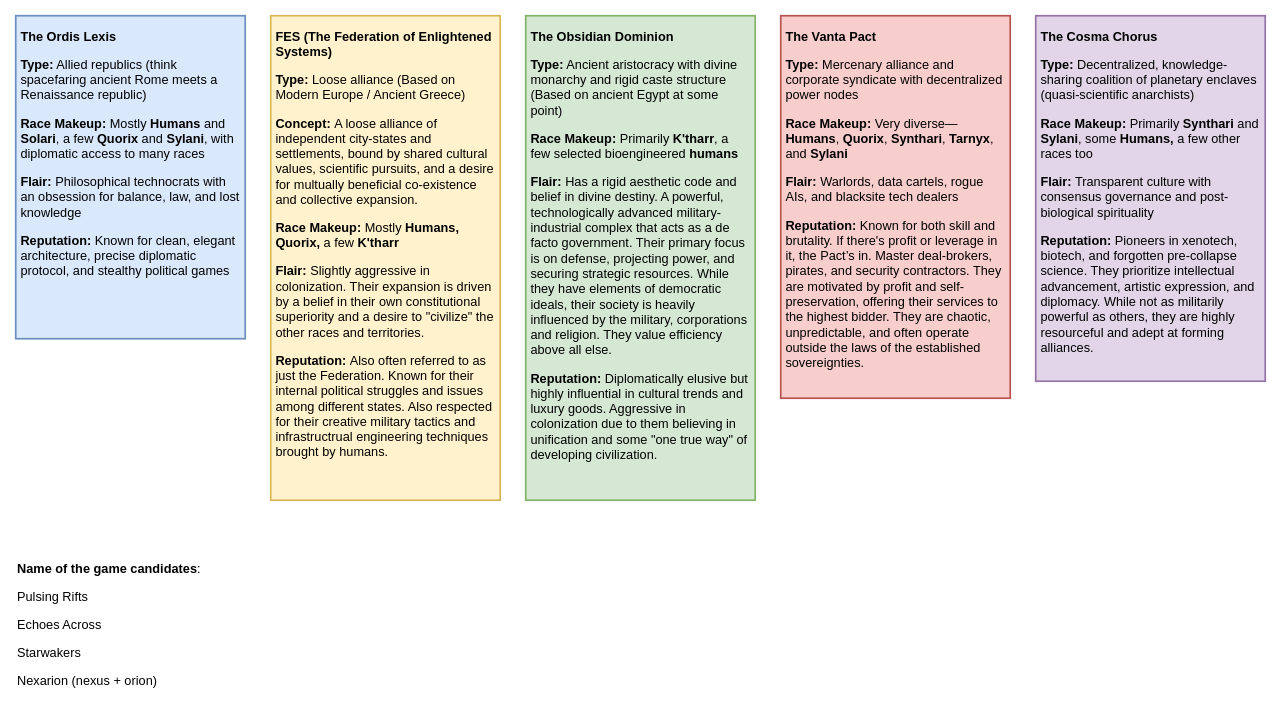
Before: page "Factions" (1 of 4) of designs/narrative texts.drawio in eerieA/game-nexarion, a draw.io diagram. Source tidied: cells renumbered, new cells numbered last; positions are measured from the earlier drawing's top-left corner, leaving out a move shared by most shapes. Both pictures are drawn from the tidied source at 85%, with x=0, y=0 at pixel (15, 15).
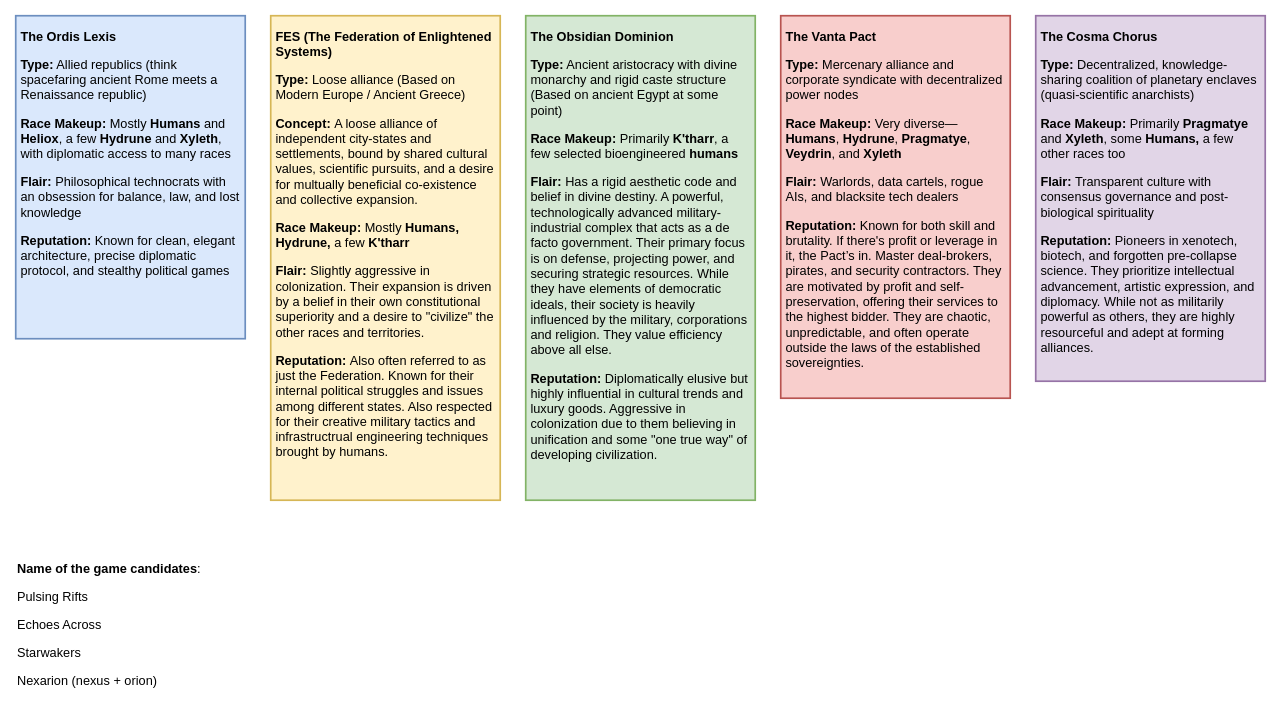
Above is the later version.

Change to the diagram source:
```diff
@@
 <mxGraphModel>
   <root>
     <mxCell id="0" />
     <mxCell id="1" parent="0" />
-    <mxCell id="2" value="&lt;p&gt;&lt;strong&gt;The Ordis Lexis&lt;/strong&gt;&lt;/p&gt;&lt;p&gt;&lt;strong&gt;Type:&lt;/strong&gt; Allied republics (think spacefaring ancient Rome meets a Renaissance republic)&lt;/p&gt;&lt;p&gt;&lt;strong&gt;Race Makeup:&lt;/strong&gt; Mostly &lt;strong&gt;Humans&lt;/strong&gt; and &lt;strong&gt;Solari&lt;/strong&gt;, a few &lt;strong&gt;Quorix&lt;/strong&gt; and &lt;strong&gt;Sylani&lt;/strong&gt;, with diplomatic access to many races&lt;/p&gt;&lt;p&gt;&lt;strong&gt;Flair:&lt;/strong&gt; Philosophical technocrats with an obsession for balance, law, and lost knowledge&lt;/p&gt;&lt;p&gt;&lt;strong&gt;Reputation:&lt;/strong&gt; Known for clean, elegant architecture, precise diplomatic protocol, and stealthy political games&lt;/p&gt;" style="rounded=0;whiteSpace=wrap;html=1;fillColor=#dae8fc;strokeColor=#6c8ebf;align=left;fontSize=15;verticalAlign=top;labelBackgroundColor=none;spacing=6;spacingTop=-10;strokeWidth=2;" parent="1" vertex="1">
+    <mxCell id="2" value="&lt;p&gt;&lt;strong&gt;The Ordis Lexis&lt;/strong&gt;&lt;/p&gt;&lt;p&gt;&lt;strong&gt;Type:&lt;/strong&gt; Allied republics (think spacefaring ancient Rome meets a Renaissance republic)&lt;/p&gt;&lt;p&gt;&lt;strong&gt;Race Makeup:&lt;/strong&gt; Mostly &lt;strong&gt;Humans&lt;/strong&gt; and &lt;strong&gt;Heliox&lt;/strong&gt;, a few &lt;strong&gt;Hydrune&lt;/strong&gt; and &lt;strong&gt;Xyleth&lt;/strong&gt;, with diplomatic access to many races&lt;/p&gt;&lt;p&gt;&lt;strong&gt;Flair:&lt;/strong&gt; Philosophical technocrats with an obsession for balance, law, and lost knowledge&lt;/p&gt;&lt;p&gt;&lt;strong&gt;Reputation:&lt;/strong&gt; Known for clean, elegant architecture, precise diplomatic protocol, and stealthy political games&lt;/p&gt;" style="rounded=0;whiteSpace=wrap;html=1;fillColor=#dae8fc;strokeColor=#6c8ebf;align=left;fontSize=15;verticalAlign=top;labelBackgroundColor=none;spacing=6;spacingTop=-10;strokeWidth=2;" parent="1" vertex="1">
       <mxGeometry width="270" height="380" as="geometry" />
     </mxCell>
-    <mxCell id="3" value="&lt;p&gt;&lt;strong&gt;FES (&lt;/strong&gt;&lt;span style=&quot;background-color: transparent;&quot;&gt;&lt;b&gt;The Federation of Enlightened Systems&lt;/b&gt;&lt;/span&gt;&lt;strong style=&quot;background-color: transparent; color: light-dark(rgb(0, 0, 0), rgb(255, 255, 255));&quot;&gt;)&lt;/strong&gt;&lt;/p&gt;&lt;p&gt;&lt;strong&gt;Type:&lt;/strong&gt;&amp;nbsp;Loose alliance (Based on Modern Europe / Ancient Greece)&lt;/p&gt;&lt;p&gt;&lt;strong&gt;Concept:&lt;/strong&gt;&amp;nbsp;A loose alliance of independent city-states and settlements, bound by shared cultural values, scientific pursuits, and a desire for multually beneficial co-existence and collective expansion.&lt;/p&gt;&lt;p&gt;&lt;strong&gt;Race Makeup:&lt;/strong&gt; Mostly &lt;strong&gt;Humans, Quorix, &lt;/strong&gt;a few &lt;strong&gt;K'tharr&lt;/strong&gt;&lt;/p&gt;&lt;p&gt;&lt;strong&gt;Flair:&lt;/strong&gt; Slightly aggressive in colonization. Their expansion is driven by a belief in their own constitutional superiority and a desire to &quot;civilize&quot; the other races and territories.&lt;/p&gt;&lt;p&gt;&lt;strong&gt;Reputation:&lt;/strong&gt;&amp;nbsp;Also often referred to as just the Federation. Known for their internal political struggles and issues among different states. Also respected for their creative military tactics and infrastructrual engineering techniques brought by humans.&lt;/p&gt;" style="rounded=0;whiteSpace=wrap;html=1;fillColor=#fff2cc;strokeColor=#d6b656;align=left;fontSize=15;verticalAlign=top;labelBackgroundColor=none;spacing=6;spacingTop=-10;strokeWidth=2;" parent="1" vertex="1">
+    <mxCell id="3" value="&lt;p&gt;&lt;strong&gt;FES (&lt;/strong&gt;&lt;span style=&quot;background-color: transparent;&quot;&gt;&lt;b&gt;The Federation of Enlightened Systems&lt;/b&gt;&lt;/span&gt;&lt;strong style=&quot;background-color: transparent; color: light-dark(rgb(0, 0, 0), rgb(255, 255, 255));&quot;&gt;)&lt;/strong&gt;&lt;/p&gt;&lt;p&gt;&lt;strong&gt;Type:&lt;/strong&gt;&amp;nbsp;Loose alliance (Based on Modern Europe / Ancient Greece)&lt;/p&gt;&lt;p&gt;&lt;strong&gt;Concept:&lt;/strong&gt;&amp;nbsp;A loose alliance of independent city-states and settlements, bound by shared cultural values, scientific pursuits, and a desire for multually beneficial co-existence and collective expansion.&lt;/p&gt;&lt;p&gt;&lt;strong&gt;Race Makeup:&lt;/strong&gt; Mostly &lt;strong&gt;Humans, Hydrune, &lt;/strong&gt;a few &lt;strong&gt;K'tharr&lt;/strong&gt;&lt;/p&gt;&lt;p&gt;&lt;strong&gt;Flair:&lt;/strong&gt; Slightly aggressive in colonization. Their expansion is driven by a belief in their own constitutional superiority and a desire to &quot;civilize&quot; the other races and territories.&lt;/p&gt;&lt;p&gt;&lt;strong&gt;Reputation:&lt;/strong&gt;&amp;nbsp;Also often referred to as just the Federation. Known for their internal political struggles and issues among different states. Also respected for their creative military tactics and infrastructrual engineering techniques brought by humans.&lt;/p&gt;" style="rounded=0;whiteSpace=wrap;html=1;fillColor=#fff2cc;strokeColor=#d6b656;align=left;fontSize=15;verticalAlign=top;labelBackgroundColor=none;spacing=6;spacingTop=-10;strokeWidth=2;" parent="1" vertex="1">
       <mxGeometry x="300" width="270" height="570" as="geometry" />
     </mxCell>
     <mxCell id="4" value="&lt;p&gt;&lt;strong&gt;The Obsidian Dominion&lt;/strong&gt;&lt;/p&gt;&lt;p&gt;&lt;strong&gt;Type:&lt;/strong&gt; Ancient aristocracy with divine monarchy and rigid caste structure (Based on ancient Egypt at some point)&lt;/p&gt;&lt;p&gt;&lt;strong&gt;Race Makeup:&lt;/strong&gt; Primarily &lt;strong&gt;K'tharr&lt;/strong&gt;, a few selected bioengineered &lt;strong&gt;humans&lt;/strong&gt;&lt;/p&gt;&lt;p&gt;&lt;strong&gt;Flair:&lt;/strong&gt; Has a rigid aesthetic code and belief in divine destiny. A powerful, technologically advanced military-industrial complex that acts as a de facto government. Their primary focus is on defense, projecting power, and securing strategic resources. While they have elements of democratic ideals, their society is heavily influenced by the military, corporations and religion. They value efficiency above all else.&lt;/p&gt;&lt;p&gt;&lt;strong&gt;Reputation:&lt;/strong&gt; Diplomatically elusive but highly influential in cultural trends and luxury goods. Aggressive in colonization due to them believing in unification and some &quot;one true way&quot; of developing civilization.&lt;/p&gt;" style="rounded=0;whiteSpace=wrap;html=1;fillColor=#d5e8d4;strokeColor=#82b366;align=left;fontSize=15;verticalAlign=top;labelBackgroundColor=none;spacing=6;spacingTop=-10;strokeWidth=2;" parent="1" vertex="1">
       <mxGeometry x="600" width="270" height="570" as="geometry" />
     </mxCell>
-    <mxCell id="5" value="&lt;p&gt;&lt;strong&gt;The Vanta Pact&lt;/strong&gt;&lt;/p&gt;&lt;p&gt;&lt;strong&gt;Type:&lt;/strong&gt; Mercenary alliance and corporate syndicate with decentralized power nodes&lt;/p&gt;&lt;p&gt;&lt;strong&gt;Race Makeup:&lt;/strong&gt; Very diverse—&lt;strong&gt;Humans&lt;/strong&gt;, &lt;strong&gt;Quorix&lt;/strong&gt;, &lt;strong&gt;Synthari&lt;/strong&gt;, &lt;strong&gt;Tarnyx&lt;/strong&gt;, and &lt;strong&gt;Sylani&lt;/strong&gt;&lt;/p&gt;&lt;p&gt;&lt;strong&gt;Flair:&lt;/strong&gt; Warlords, data cartels, rogue AIs, and blacksite tech dealers&lt;/p&gt;&lt;p&gt;&lt;strong&gt;Reputation:&lt;/strong&gt; Known for both skill and brutality. If there's profit or leverage in it, the Pact’s in. Master deal-brokers, pirates, and security contractors. They are motivated by profit and self-preservation, offering their services to the highest bidder. They are chaotic, unpredictable, and often operate outside the laws of the established sovereignties.&lt;/p&gt;" style="rounded=0;whiteSpace=wrap;html=1;fillColor=#f8cecc;strokeColor=#b85450;align=left;fontSize=15;verticalAlign=top;labelBackgroundColor=none;spacing=6;spacingTop=-10;strokeWidth=2;" parent="1" vertex="1">
+    <mxCell id="5" value="&lt;p&gt;&lt;strong&gt;The Vanta Pact&lt;/strong&gt;&lt;/p&gt;&lt;p&gt;&lt;strong&gt;Type:&lt;/strong&gt; Mercenary alliance and corporate syndicate with decentralized power nodes&lt;/p&gt;&lt;p&gt;&lt;strong&gt;Race Makeup:&lt;/strong&gt; Very diverse—&lt;strong&gt;Humans&lt;/strong&gt;, &lt;strong&gt;Hydrune&lt;/strong&gt;, &lt;strong&gt;Pragmatye&lt;/strong&gt;, &lt;strong&gt;Veydrin&lt;/strong&gt;, and &lt;strong&gt;Xyleth&lt;/strong&gt;&lt;/p&gt;&lt;p&gt;&lt;strong&gt;Flair:&lt;/strong&gt; Warlords, data cartels, rogue AIs, and blacksite tech dealers&lt;/p&gt;&lt;p&gt;&lt;strong&gt;Reputation:&lt;/strong&gt; Known for both skill and brutality. If there's profit or leverage in it, the Pact’s in. Master deal-brokers, pirates, and security contractors. They are motivated by profit and self-preservation, offering their services to the highest bidder. They are chaotic, unpredictable, and often operate outside the laws of the established sovereignties.&lt;/p&gt;" style="rounded=0;whiteSpace=wrap;html=1;fillColor=#f8cecc;strokeColor=#b85450;align=left;fontSize=15;verticalAlign=top;labelBackgroundColor=none;spacing=6;spacingTop=-10;strokeWidth=2;" parent="1" vertex="1">
       <mxGeometry x="900" width="270" height="450" as="geometry" />
     </mxCell>
-    <mxCell id="6" value="&lt;p&gt;&lt;strong&gt;The Cosma Chorus&lt;/strong&gt;&lt;/p&gt;&lt;p&gt;&lt;strong&gt;Type:&lt;/strong&gt; Decentralized, knowledge-sharing coalition of planetary enclaves (quasi-scientific anarchists)&lt;/p&gt;&lt;p&gt;&lt;strong&gt;Race Makeup:&lt;/strong&gt; Primarily &lt;strong&gt;Synthari&lt;/strong&gt; and &lt;strong&gt;Sylani&lt;/strong&gt;, some &lt;strong&gt;Humans, &lt;/strong&gt;a few other races too&lt;/p&gt;&lt;p&gt;&lt;strong&gt;Flair:&lt;/strong&gt; Transparent culture with consensus governance and post-biological spirituality&lt;/p&gt;&lt;p&gt;&lt;strong&gt;Reputation:&lt;/strong&gt; Pioneers in xenotech, biotech, and forgotten pre-collapse science. They prioritize intellectual advancement, artistic expression, and diplomacy. While not as militarily powerful as others, they are highly resourceful and adept at forming alliances.&lt;/p&gt;" style="rounded=0;whiteSpace=wrap;html=1;fillColor=#e1d5e7;strokeColor=#9673a6;align=left;fontSize=15;verticalAlign=top;labelBackgroundColor=none;spacing=6;spacingTop=-10;strokeWidth=2;" parent="1" vertex="1">
+    <mxCell id="6" value="&lt;p&gt;&lt;strong&gt;The Cosma Chorus&lt;/strong&gt;&lt;/p&gt;&lt;p&gt;&lt;strong&gt;Type:&lt;/strong&gt; Decentralized, knowledge-sharing coalition of planetary enclaves (quasi-scientific anarchists)&lt;/p&gt;&lt;p&gt;&lt;strong&gt;Race Makeup:&lt;/strong&gt; Primarily &lt;strong&gt;Pragmatye&lt;/strong&gt; and &lt;strong&gt;Xyleth&lt;/strong&gt;, some &lt;strong&gt;Humans, &lt;/strong&gt;a few other races too&lt;/p&gt;&lt;p&gt;&lt;strong&gt;Flair:&lt;/strong&gt; Transparent culture with consensus governance and post-biological spirituality&lt;/p&gt;&lt;p&gt;&lt;strong&gt;Reputation:&lt;/strong&gt; Pioneers in xenotech, biotech, and forgotten pre-collapse science. They prioritize intellectual advancement, artistic expression, and diplomacy. While not as militarily powerful as others, they are highly resourceful and adept at forming alliances.&lt;/p&gt;" style="rounded=0;whiteSpace=wrap;html=1;fillColor=#e1d5e7;strokeColor=#9673a6;align=left;fontSize=15;verticalAlign=top;labelBackgroundColor=none;spacing=6;spacingTop=-10;strokeWidth=2;" parent="1" vertex="1">
       <mxGeometry x="1200" width="270" height="430" as="geometry" />
     </mxCell>
     <mxCell id="7" value="&lt;p&gt;&lt;b&gt;Name of the game candidates&lt;/b&gt;:&lt;/p&gt;&lt;p&gt;Pulsing Rifts&lt;/p&gt;&lt;p&gt;Echoes Across&lt;/p&gt;&lt;p&gt;Starwakers&lt;/p&gt;&lt;p&gt;Nexarion (nexus + orion)&lt;/p&gt;" style="text;html=1;align=left;verticalAlign=top;whiteSpace=wrap;rounded=0;fontSize=15;" parent="1" vertex="1">
       <mxGeometry y="620" width="238" height="200" as="geometry" />
     </mxCell>
   </root>
 </mxGraphModel>
```
